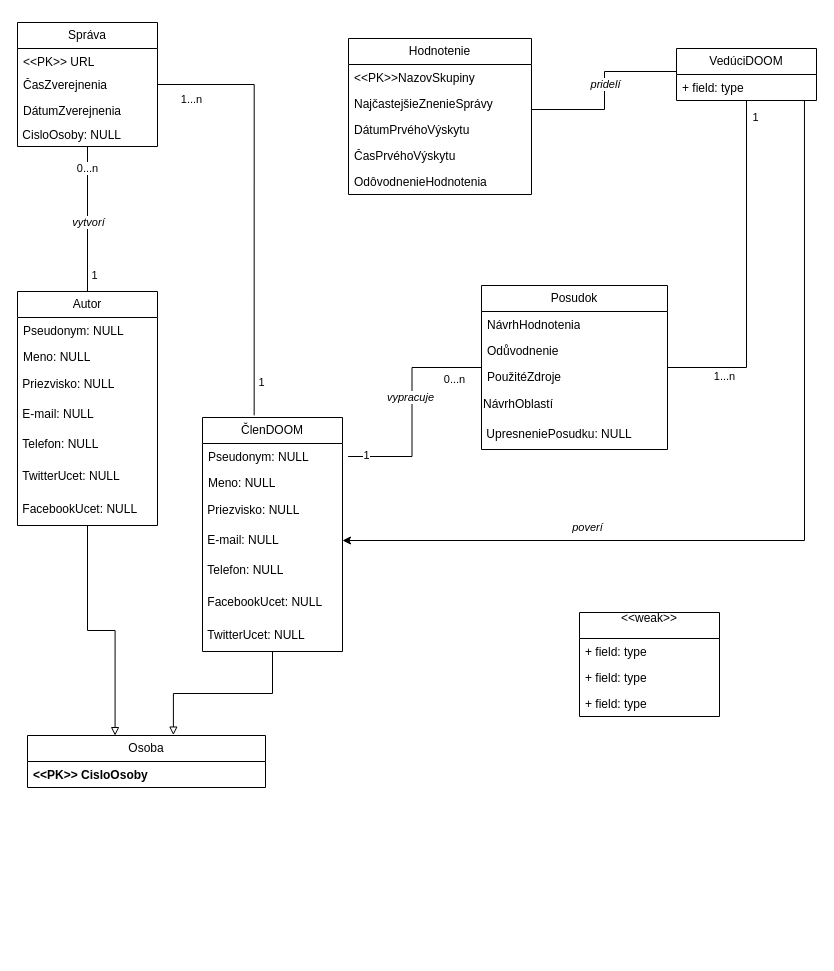
Earlier version of the draw.io diagram ius_project_1.drawio (stofife/IUS). Source tidied: cells renumbered, new cells numbered last; positions are measured from the earlier drawing's top-left corner, leaving out a move shared by most shapes. Both pictures are drawn from the tidied source at 100%, with x=0, y=0 at pixel (17, 22).
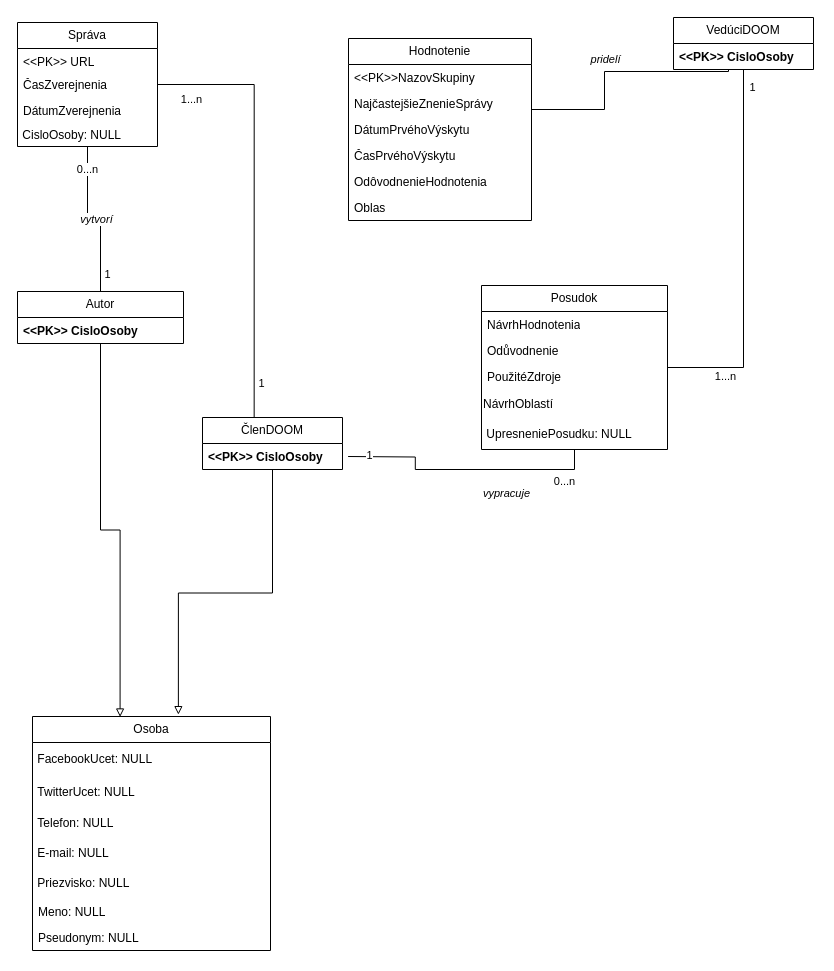
The same page after the edit.

Unchanged cells that the change refers to:
```xml
<mxCell id="35" style="edgeStyle=orthogonalEdgeStyle;rounded=0;jettySize=auto;html=1;endArrow=none;endFill=0;" parent="1" edge="1" source="38" target="48">
  <mxGeometry relative="1" as="geometry" />
</mxCell>
<mxCell id="38" value="&lt;div&gt;Posudok&lt;br&gt;&lt;/div&gt;" style="swimlane;fontStyle=0;horizontal=1;startSize=26;fillColor=none;whiteSpace=wrap;html=1;" parent="1" vertex="1">
  <mxGeometry x="464" y="263" width="186" height="164" as="geometry" />
</mxCell>
```

The edit, as a diff of the source:
```diff
@@
     <mxCell id="7" value="&lt;div&gt;Osoba&lt;/div&gt;" style="swimlane;fontStyle=0;horizontal=1;startSize=26;fillColor=none;whiteSpace=wrap;html=1;" parent="1" vertex="1">
-      <mxGeometry x="10" y="713" width="238" height="52" as="geometry" />
+      <mxGeometry x="15" y="694" width="238" height="234" as="geometry" />
     </mxCell>
-    <mxCell id="8" value="&lt;div&gt;&lt;b&gt;&amp;lt;&amp;lt;PK&amp;gt;&amp;gt; CisloOsoby&lt;/b&gt;&lt;/div&gt;" style="text;strokeColor=none;fillColor=none;align=left;verticalAlign=top;spacingLeft=4;spacingRight=4;overflow=hidden;whiteSpace=wrap;html=1;" parent="7" vertex="1">
-      <mxGeometry y="26" width="238" height="26" as="geometry" />
-    </mxCell>
+    <mxCell id="33" value="&amp;nbsp;FacebookUcet: NULL" style="text;strokeColor=none;align=left;fillColor=none;html=1;verticalAlign=middle;whiteSpace=wrap;rounded=0;" parent="7" vertex="1">
+      <mxGeometry y="26" width="238" height="33" as="geometry" />
+    </mxCell>
+    <mxCell id="32" value="&amp;nbsp;TwitterUcet: NULL" style="text;strokeColor=none;align=left;fillColor=none;html=1;verticalAlign=middle;whiteSpace=wrap;rounded=0;" parent="7" vertex="1">
+      <mxGeometry y="59" width="238" height="33" as="geometry" />
+    </mxCell>
+    <mxCell id="31" value="&amp;nbsp;Telefon: NULL" style="text;strokeColor=none;align=left;fillColor=none;html=1;verticalAlign=middle;whiteSpace=wrap;rounded=0;" parent="7" vertex="1">
+      <mxGeometry y="92" width="238" height="30" as="geometry" />
+    </mxCell>
+    <mxCell id="30" value="&amp;nbsp;E-mail: NULL" style="text;strokeColor=none;align=left;fillColor=none;html=1;verticalAlign=middle;whiteSpace=wrap;rounded=0;" parent="7" vertex="1">
+      <mxGeometry y="122" width="238" height="30" as="geometry" />
+    </mxCell>
+    <mxCell id="29" value="&lt;div&gt;&amp;nbsp;Priezvisko: NULL&lt;/div&gt;" style="text;strokeColor=none;align=left;fillColor=none;html=1;verticalAlign=middle;whiteSpace=wrap;rounded=0;" parent="7" vertex="1">
+      <mxGeometry y="152" width="238" height="30" as="geometry" />
+    </mxCell>
+    <mxCell id="28" value="Meno: NULL" style="text;strokeColor=none;fillColor=none;align=left;verticalAlign=top;spacingLeft=4;spacingRight=4;overflow=hidden;whiteSpace=wrap;html=1;" parent="7" vertex="1">
+      <mxGeometry y="182" width="238" height="26" as="geometry" />
+    </mxCell>
+    <mxCell id="27" value="Pseudonym: NULL" style="text;strokeColor=none;fillColor=none;align=left;verticalAlign=top;spacingLeft=4;spacingRight=4;overflow=hidden;whiteSpace=wrap;html=1;" parent="7" vertex="1">
+      <mxGeometry y="208" width="238" height="26" as="geometry" />
+    </mxCell>
@@
-    <mxCell id="10" style="edgeStyle=orthogonalEdgeStyle;rounded=0;jettySize=auto;html=1;exitX=1.04;exitY=0.5;exitDx=0;exitDy=0;exitPerimeter=0;endArrow=none;endFill=0;" parent="1" edge="1" source="15" target="38">
-      <mxGeometry relative="1" as="geometry" />
+    <mxCell id="10" style="edgeStyle=orthogonalEdgeStyle;rounded=0;jettySize=auto;html=1;exitX=1.04;exitY=0.5;exitDx=0;exitDy=0;exitPerimeter=0;endArrow=none;endFill=0;" parent="1" edge="1" target="38">
+      <mxGeometry relative="1" as="geometry">
+        <mxPoint x="330.6" y="434" as="sourcePoint" />
+      </mxGeometry>
     </mxCell>
@@
     <mxCell id="14" value="ČlenDOOM" style="swimlane;fontStyle=0;horizontal=1;startSize=26;fillColor=none;whiteSpace=wrap;html=1;" parent="1" vertex="1">
-      <mxGeometry x="185" y="395" width="140" height="234" as="geometry" />
+      <mxGeometry x="185" y="395" width="140" height="52" as="geometry" />
     </mxCell>
-    <mxCell id="15" value="Pseudonym: NULL" style="text;strokeColor=none;fillColor=none;align=left;verticalAlign=top;spacingLeft=4;spacingRight=4;overflow=hidden;points=[[0,0.5],[1,0.5]];portConstraint=eastwest;whiteSpace=wrap;html=1;" parent="14" vertex="1">
-      <mxGeometry y="26" width="140" height="26" as="geometry" />
-    </mxCell>
-    <mxCell id="16" value="Meno: NULL" style="text;strokeColor=none;fillColor=none;align=left;verticalAlign=top;spacingLeft=4;spacingRight=4;overflow=hidden;whiteSpace=wrap;html=1;" parent="14" vertex="1">
-      <mxGeometry y="52" width="140" height="26" as="geometry" />
-    </mxCell>
-    <mxCell id="17" value="&lt;div&gt;&amp;nbsp;Priezvisko: NULL&lt;/div&gt;" style="text;strokeColor=none;align=left;fillColor=none;html=1;verticalAlign=middle;whiteSpace=wrap;rounded=0;" parent="14" vertex="1">
-      <mxGeometry y="78" width="140" height="30" as="geometry" />
-    </mxCell>
-    <mxCell id="18" value="&amp;nbsp;E-mail: NULL" style="text;strokeColor=none;align=left;fillColor=none;html=1;verticalAlign=middle;whiteSpace=wrap;rounded=0;" parent="14" vertex="1">
-      <mxGeometry y="108" width="140" height="30" as="geometry" />
-    </mxCell>
-    <mxCell id="19" value="&amp;nbsp;Telefon: NULL" style="text;strokeColor=none;align=left;fillColor=none;html=1;verticalAlign=middle;whiteSpace=wrap;rounded=0;" parent="14" vertex="1">
-      <mxGeometry y="138" width="140" height="30" as="geometry" />
-    </mxCell>
-    <mxCell id="20" value="&amp;nbsp;FacebookUcet: NULL" style="text;strokeColor=none;align=left;fillColor=none;html=1;verticalAlign=middle;whiteSpace=wrap;rounded=0;" parent="14" vertex="1">
-      <mxGeometry y="168" width="140" height="33" as="geometry" />
-    </mxCell>
-    <mxCell id="21" value="&amp;nbsp;TwitterUcet: NULL" style="text;strokeColor=none;align=left;fillColor=none;html=1;verticalAlign=middle;whiteSpace=wrap;rounded=0;" parent="14" vertex="1">
-      <mxGeometry y="201" width="140" height="33" as="geometry" />
-    </mxCell>
+    <mxCell id="63" value="&lt;div&gt;&lt;b&gt;&amp;lt;&amp;lt;PK&amp;gt;&amp;gt; CisloOsoby&lt;/b&gt;&lt;/div&gt;" style="text;strokeColor=none;fillColor=none;align=left;verticalAlign=top;spacingLeft=4;spacingRight=4;overflow=hidden;whiteSpace=wrap;html=1;" parent="14" vertex="1">
+      <mxGeometry y="26" width="140" height="26" as="geometry" />
+    </mxCell>
@@
     <mxCell id="26" value="Autor" style="swimlane;fontStyle=0;horizontal=1;startSize=26;fillColor=none;whiteSpace=wrap;html=1;" parent="1" vertex="1">
-      <mxGeometry y="269" width="140" height="234" as="geometry" />
+      <mxGeometry y="269" width="166" height="52" as="geometry" />
     </mxCell>
-    <mxCell id="27" value="Pseudonym: NULL" style="text;strokeColor=none;fillColor=none;align=left;verticalAlign=top;spacingLeft=4;spacingRight=4;overflow=hidden;whiteSpace=wrap;html=1;" parent="26" vertex="1">
-      <mxGeometry y="26" width="140" height="26" as="geometry" />
-    </mxCell>
-    <mxCell id="28" value="Meno: NULL" style="text;strokeColor=none;fillColor=none;align=left;verticalAlign=top;spacingLeft=4;spacingRight=4;overflow=hidden;whiteSpace=wrap;html=1;" parent="26" vertex="1">
-      <mxGeometry y="52" width="140" height="26" as="geometry" />
-    </mxCell>
-    <mxCell id="29" value="&lt;div&gt;&amp;nbsp;Priezvisko: NULL&lt;/div&gt;" style="text;strokeColor=none;align=left;fillColor=none;html=1;verticalAlign=middle;whiteSpace=wrap;rounded=0;" parent="26" vertex="1">
-      <mxGeometry y="78" width="140" height="30" as="geometry" />
-    </mxCell>
-    <mxCell id="30" value="&amp;nbsp;E-mail: NULL" style="text;strokeColor=none;align=left;fillColor=none;html=1;verticalAlign=middle;whiteSpace=wrap;rounded=0;" parent="26" vertex="1">
-      <mxGeometry y="108" width="140" height="30" as="geometry" />
-    </mxCell>
-    <mxCell id="31" value="&amp;nbsp;Telefon: NULL" style="text;strokeColor=none;align=left;fillColor=none;html=1;verticalAlign=middle;whiteSpace=wrap;rounded=0;" parent="26" vertex="1">
-      <mxGeometry y="138" width="140" height="30" as="geometry" />
-    </mxCell>
-    <mxCell id="32" value="&amp;nbsp;TwitterUcet: NULL" style="text;strokeColor=none;align=left;fillColor=none;html=1;verticalAlign=middle;whiteSpace=wrap;rounded=0;" parent="26" vertex="1">
-      <mxGeometry y="168" width="140" height="33" as="geometry" />
-    </mxCell>
-    <mxCell id="33" value="&amp;nbsp;FacebookUcet: NULL" style="text;strokeColor=none;align=left;fillColor=none;html=1;verticalAlign=middle;whiteSpace=wrap;rounded=0;" parent="26" vertex="1">
-      <mxGeometry y="201" width="140" height="33" as="geometry" />
-    </mxCell>
+    <mxCell id="64" value="&lt;div&gt;&lt;b&gt;&amp;lt;&amp;lt;PK&amp;gt;&amp;gt; CisloOsoby&lt;/b&gt;&lt;/div&gt;" style="text;strokeColor=none;fillColor=none;align=left;verticalAlign=top;spacingLeft=4;spacingRight=4;overflow=hidden;whiteSpace=wrap;html=1;" parent="26" vertex="1">
+      <mxGeometry y="26" width="166" height="26" as="geometry" />
+    </mxCell>
@@
     <mxCell id="36" value="1...n" style="edgeLabel;html=1;align=center;verticalAlign=middle;" parent="35" vertex="1">
       <mxGeometry x="-0.76" relative="1" as="geometry">
-        <mxPoint x="14" y="8" as="offset" />
+        <mxPoint x="12" y="8" as="offset" />
       </mxGeometry>
     </mxCell>
@@
-    <mxCell id="46" style="edgeStyle=orthogonalEdgeStyle;rounded=0;jettySize=auto;html=1;entryX=1;entryY=0.5;entryDx=0;entryDy=0;exitX=0.914;exitY=1.019;exitDx=0;exitDy=0;exitPerimeter=0;" parent="1" edge="1" source="49" target="18">
-      <mxGeometry relative="1" as="geometry" />
-    </mxCell>
-    <mxCell id="47" value="&lt;i&gt;poverí&lt;/i&gt;" style="edgeLabel;html=1;align=center;verticalAlign=middle;" parent="46" vertex="1">
-      <mxGeometry x="0.46" y="-2" relative="1" as="geometry">
-        <mxPoint x="1" y="-12" as="offset" />
-      </mxGeometry>
-    </mxCell>
     <mxCell id="48" value="VedúciDOOM" style="swimlane;fontStyle=0;horizontal=1;startSize=26;fillColor=none;whiteSpace=wrap;html=1;" parent="1" vertex="1">
-      <mxGeometry x="659" y="26" width="140" height="52" as="geometry" />
+      <mxGeometry x="656" y="-5" width="140" height="52" as="geometry" />
     </mxCell>
-    <mxCell id="49" value="+ field: type" style="text;strokeColor=none;fillColor=none;align=left;verticalAlign=top;spacingLeft=4;spacingRight=4;overflow=hidden;points=[[0,0.5],[1,0.5]];portConstraint=eastwest;whiteSpace=wrap;html=1;" parent="48" vertex="1">
-      <mxGeometry y="26" width="140" height="26" as="geometry" />
-    </mxCell>
+    <mxCell id="65" value="&lt;div&gt;&lt;b&gt;&amp;lt;&amp;lt;PK&amp;gt;&amp;gt; CisloOsoby&lt;/b&gt;&lt;/div&gt;" style="text;strokeColor=none;fillColor=none;align=left;verticalAlign=top;spacingLeft=4;spacingRight=4;overflow=hidden;whiteSpace=wrap;html=1;" parent="48" vertex="1">
+      <mxGeometry y="26" width="140" height="26" as="geometry" />
+    </mxCell>
@@
     <mxCell id="53" value="Hodnotenie" style="swimlane;fontStyle=0;horizontal=1;startSize=26;fillColor=none;whiteSpace=wrap;html=1;" parent="1" vertex="1">
-      <mxGeometry x="331" y="16" width="183" height="156" as="geometry" />
+      <mxGeometry x="331" y="16" width="183" height="182" as="geometry" />
     </mxCell>
@@
-    <mxCell id="59" value="&lt;div&gt;&amp;lt;&amp;lt;weak&amp;gt;&amp;gt;&lt;/div&gt;&lt;div&gt;&lt;br&gt;&lt;/div&gt;" style="swimlane;fontStyle=0;horizontal=1;startSize=26;fillColor=none;whiteSpace=wrap;html=1;" parent="1" vertex="1">
-      <mxGeometry x="562" y="590" width="140" height="104" as="geometry" />
-    </mxCell>
-    <mxCell id="60" value="+ field: type" style="text;strokeColor=none;fillColor=none;align=left;verticalAlign=top;spacingLeft=4;spacingRight=4;overflow=hidden;whiteSpace=wrap;html=1;" parent="59" vertex="1">
-      <mxGeometry y="26" width="140" height="26" as="geometry" />
-    </mxCell>
-    <mxCell id="61" value="+ field: type" style="text;strokeColor=none;fillColor=none;align=left;verticalAlign=top;spacingLeft=4;spacingRight=4;overflow=hidden;whiteSpace=wrap;html=1;" parent="59" vertex="1">
-      <mxGeometry y="52" width="140" height="26" as="geometry" />
-    </mxCell>
-    <mxCell id="62" value="+ field: type" style="text;strokeColor=none;fillColor=none;align=left;verticalAlign=top;spacingLeft=4;spacingRight=4;overflow=hidden;whiteSpace=wrap;html=1;" parent="59" vertex="1">
-      <mxGeometry y="78" width="140" height="26" as="geometry" />
-    </mxCell>
+    <mxCell id="66" value="Oblas" style="text;strokeColor=none;fillColor=none;align=left;verticalAlign=top;spacingLeft=4;spacingRight=4;overflow=hidden;whiteSpace=wrap;html=1;" parent="53" vertex="1">
+      <mxGeometry y="156" width="183" height="26" as="geometry" />
+    </mxCell>
```
